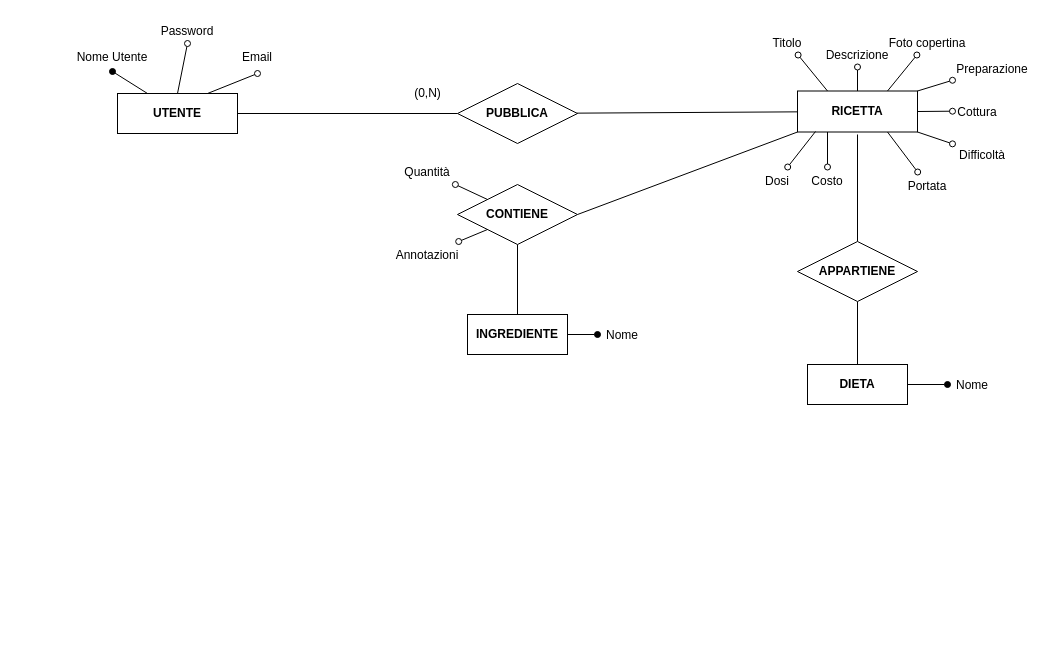
Above: progetto/Untitled Diagram.drawio in m0canu1/database (draw.io), before the change. Source tidied: cells renumbered, new cells numbered last; positions are measured from the earlier drawing's top-left corner, leaving out a move shared by most shapes. Both pictures are drawn from the tidied source at 100%, with x=0, y=0 at pixel (72, 17).
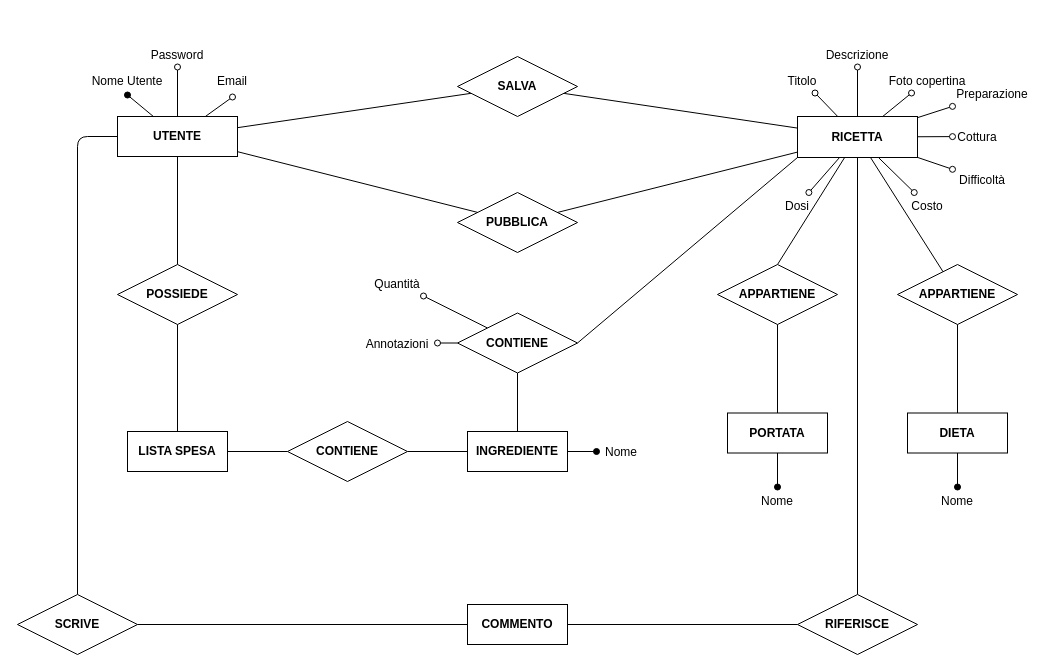
The same page after the edit.

Unchanged cells that the change refers to:
```xml
<mxCell id="26" value="Descrizione" style="text;strokeColor=none;fillColor=none;spacingLeft=4;spacingRight=4;overflow=hidden;points=[[0,0.5],[1,0.5]];portConstraint=eastwest;fontSize=12;align=center;verticalAlign=middle;horizontal=1;" parent="1" vertex="1">
  <mxGeometry x="750" y="23.5" width="70" height="26" as="geometry" />
</mxCell>
```

Change to the diagram source:
```diff
@@
+    <mxCell id="48" style="edgeStyle=none;jettySize=auto;html=1;startArrow=none;startFill=0;endArrow=none;endFill=0;endSize=6;fontSize=12;align=center;" parent="1" edge="1" source="2" target="64">
+      <mxGeometry relative="1" as="geometry" />
+    </mxCell>
+    <mxCell id="49" style="edgeStyle=none;jettySize=auto;html=1;startArrow=none;startFill=0;endArrow=none;endFill=0;endSize=6;strokeWidth=1;fontSize=12;align=center;exitX=0;exitY=0.5;exitDx=0;exitDy=0;" parent="1" edge="1" source="2" target="66">
+      <mxGeometry relative="1" as="geometry">
+        <Array as="points">
+          <mxPoint x="5" y="119" />
+        </Array>
+      </mxGeometry>
+    </mxCell>
     <mxCell id="2" value="UTENTE" style="whiteSpace=wrap;html=1;align=center;rounded=0;shadow=0;glass=0;comic=0;verticalAlign=middle;horizontal=1;fontStyle=1;" parent="1" vertex="1">
-      <mxGeometry x="45" y="76" width="120" height="40" as="geometry" />
+      <mxGeometry x="45" y="99" width="120" height="40" as="geometry" />
     </mxCell>
-    <mxCell id="3" style="edgeStyle=none;jettySize=auto;html=1;exitX=1;exitY=0.5;exitDx=0;exitDy=0;startArrow=none;startFill=0;endArrow=oval;endFill=1;endSize=6;fontSize=12;align=center;" parent="1" edge="1" source="4" target="47">
+    <mxCell id="3" style="edgeStyle=none;jettySize=auto;html=1;startArrow=none;startFill=0;endArrow=oval;endFill=1;endSize=6;fontSize=12;align=center;" parent="1" edge="1" source="4" target="47">
       <mxGeometry relative="1" as="geometry" />
     </mxCell>
     <mxCell id="4" value="DIETA" style="whiteSpace=wrap;html=1;align=center;rounded=0;shadow=0;glass=0;comic=0;fontStyle=1;" parent="1" vertex="1">
-      <mxGeometry x="735" y="347" width="100" height="40" as="geometry" />
+      <mxGeometry x="835" y="395.5" width="100" height="40" as="geometry" />
     </mxCell>
@@
     <mxCell id="6" value="RICETTA" style="whiteSpace=wrap;html=1;align=center;verticalAlign=middle;horizontal=1;fontStyle=1;" parent="1" vertex="1">
-      <mxGeometry x="725" y="73.5" width="120" height="41" as="geometry" />
+      <mxGeometry x="725" y="99" width="120" height="41" as="geometry" />
     </mxCell>
@@
+    <mxCell id="50" style="edgeStyle=none;jettySize=auto;html=1;startArrow=none;startFill=0;endArrow=none;endFill=0;endSize=6;fontSize=12;align=center;" parent="1" edge="1" source="9" target="58">
+      <mxGeometry relative="1" as="geometry" />
+    </mxCell>
     <mxCell id="9" value="INGREDIENTE" style="whiteSpace=wrap;html=1;align=center;fontStyle=1;" parent="1" vertex="1">
-      <mxGeometry x="395" y="297" width="100" height="40" as="geometry" />
+      <mxGeometry x="395" y="414" width="100" height="40" as="geometry" />
     </mxCell>
-    <mxCell id="10" style="fontSize=12;html=1;endArrow=oval;endFill=0;exitX=0.75;exitY=0;exitDx=0;exitDy=0;entryX=0.5;entryY=1.154;entryDx=0;entryDy=0;entryPerimeter=0;align=center;verticalAlign=middle;horizontal=1;" parent="1" edge="1" source="2" target="15">
+    <mxCell id="10" style="fontSize=12;html=1;endArrow=oval;endFill=0;entryX=0.5;entryY=1.154;entryDx=0;entryDy=0;entryPerimeter=0;align=center;verticalAlign=middle;horizontal=1;" parent="1" edge="1" source="2" target="15">
       <mxGeometry relative="1" as="geometry" />
     </mxCell>
-    <mxCell id="11" style="fontSize=12;html=1;endArrow=oval;endFill=0;exitX=0.5;exitY=0;exitDx=0;exitDy=0;entryX=0.5;entryY=1;entryDx=0;entryDy=0;entryPerimeter=0;align=center;verticalAlign=middle;horizontal=1;" parent="1" edge="1" source="2" target="14">
+    <mxCell id="11" style="fontSize=12;html=1;endArrow=oval;endFill=0;entryX=0.5;entryY=1;entryDx=0;entryDy=0;entryPerimeter=0;align=center;verticalAlign=middle;horizontal=1;" parent="1" edge="1" source="2" target="14">
       <mxGeometry relative="1" as="geometry" />
     </mxCell>
-    <mxCell id="12" style="fontSize=12;html=1;endArrow=oval;endFill=1;exitX=0.25;exitY=0;exitDx=0;exitDy=0;startArrow=none;startFill=0;entryX=0.5;entryY=1.077;entryDx=0;entryDy=0;entryPerimeter=0;align=center;verticalAlign=middle;horizontal=1;" parent="1" edge="1" source="2" target="13">
+    <mxCell id="12" style="fontSize=12;html=1;endArrow=oval;endFill=1;startArrow=none;startFill=0;entryX=0.5;entryY=1.077;entryDx=0;entryDy=0;entryPerimeter=0;align=center;verticalAlign=middle;horizontal=1;" parent="1" edge="1" source="2" target="13">
       <mxGeometry relative="1" as="geometry" />
     </mxCell>
     <mxCell id="13" value="Nome Utente" style="text;strokeColor=none;fillColor=none;spacingLeft=4;spacingRight=4;overflow=hidden;points=[[0,0.5],[1,0.5]];portConstraint=eastwest;fontSize=12;align=center;verticalAlign=middle;horizontal=1;" parent="1" vertex="1">
-      <mxGeometry y="26" width="80" height="26" as="geometry" />
+      <mxGeometry x="15" y="49.5" width="80" height="26" as="geometry" />
     </mxCell>
     <mxCell id="14" value="Password" style="text;strokeColor=none;fillColor=none;spacingLeft=4;spacingRight=4;overflow=hidden;points=[[0,0.5],[1,0.5]];portConstraint=eastwest;fontSize=12;align=center;verticalAlign=middle;horizontal=1;" parent="1" vertex="1">
-      <mxGeometry x="80" width="70" height="26" as="geometry" />
+      <mxGeometry x="70" y="23.5" width="70" height="26" as="geometry" />
     </mxCell>
     <mxCell id="15" value="Email" style="text;strokeColor=none;fillColor=none;spacingLeft=4;spacingRight=4;overflow=hidden;points=[[0,0.5],[1,0.5]];portConstraint=eastwest;fontSize=12;align=center;verticalAlign=middle;horizontal=1;" parent="1" vertex="1">
-      <mxGeometry x="165" y="26" width="40" height="26" as="geometry" />
+      <mxGeometry x="140" y="49.5" width="40" height="26" as="geometry" />
     </mxCell>
@@
-    <mxCell id="17" style="edgeStyle=none;jettySize=auto;html=1;exitX=0;exitY=0;exitDx=0;exitDy=0;startArrow=none;startFill=0;endArrow=oval;endFill=0;endSize=6;fontSize=12;align=center;" parent="1" edge="1" source="19" target="41">
+    <mxCell id="17" style="edgeStyle=none;jettySize=auto;html=1;startArrow=none;startFill=0;endArrow=oval;endFill=0;endSize=6;fontSize=12;align=center;" parent="1" edge="1" source="19" target="41">
       <mxGeometry relative="1" as="geometry" />
     </mxCell>
-    <mxCell id="18" style="edgeStyle=none;jettySize=auto;html=1;exitX=0;exitY=1;exitDx=0;exitDy=0;startArrow=none;startFill=0;endArrow=oval;endFill=0;endSize=6;fontSize=12;align=center;" parent="1" edge="1" source="19" target="42">
+    <mxCell id="18" style="edgeStyle=none;jettySize=auto;html=1;startArrow=none;startFill=0;endArrow=oval;endFill=0;endSize=6;fontSize=12;align=center;" parent="1" edge="1" source="19" target="42">
       <mxGeometry relative="1" as="geometry" />
     </mxCell>
     <mxCell id="19" value="CONTIENE" style="shape=rhombus;perimeter=rhombusPerimeter;whiteSpace=wrap;html=1;align=center;rounded=0;shadow=0;glass=0;comic=0;fontSize=12;fontStyle=1;" parent="1" vertex="1">
-      <mxGeometry x="385" y="167" width="120" height="60" as="geometry" />
+      <mxGeometry x="385" y="295.5" width="120" height="60" as="geometry" />
     </mxCell>
@@
     <mxCell id="21" value="PUBBLICA" style="shape=rhombus;perimeter=rhombusPerimeter;whiteSpace=wrap;html=1;align=center;rounded=0;shadow=0;glass=0;comic=0;fontSize=12;verticalAlign=middle;horizontal=1;fontStyle=1;" parent="1" vertex="1">
-      <mxGeometry x="385" y="66" width="120" height="60" as="geometry" />
+      <mxGeometry x="385" y="175" width="120" height="60" as="geometry" />
     </mxCell>
-    <mxCell id="22" style="fontSize=12;html=1;endArrow=oval;endFill=0;exitX=0.5;exitY=0;exitDx=0;exitDy=0;align=center;verticalAlign=middle;horizontal=1;" parent="1" edge="1" source="6" target="26">
+    <mxCell id="22" style="fontSize=12;html=1;endArrow=oval;endFill=0;align=center;verticalAlign=middle;horizontal=1;" parent="1" edge="1" source="6" target="26">
       <mxGeometry relative="1" as="geometry" />
     </mxCell>
-    <mxCell id="23" style="fontSize=12;html=1;endArrow=oval;endFill=0;exitX=0.25;exitY=0;exitDx=0;exitDy=0;align=center;verticalAlign=middle;horizontal=1;" parent="1" edge="1" source="6" target="25">
+    <mxCell id="23" style="fontSize=12;html=1;endArrow=oval;endFill=0;align=center;verticalAlign=middle;horizontal=1;" parent="1" edge="1" source="6" target="25">
       <mxGeometry relative="1" as="geometry" />
     </mxCell>
-    <mxCell id="24" style="fontSize=12;html=1;endArrow=oval;endFill=0;exitX=0.75;exitY=0;exitDx=0;exitDy=0;align=center;verticalAlign=middle;horizontal=1;" parent="1" edge="1" source="6" target="27">
+    <mxCell id="24" style="fontSize=12;html=1;endArrow=oval;endFill=0;align=center;verticalAlign=middle;horizontal=1;" parent="1" edge="1" source="6" target="27">
       <mxGeometry relative="1" as="geometry" />
     </mxCell>
     <mxCell id="25" value="Titolo" style="text;strokeColor=none;fillColor=none;spacingLeft=4;spacingRight=4;overflow=hidden;points=[[0,0.5],[1,0.5]];portConstraint=eastwest;fontSize=12;align=center;verticalAlign=middle;horizontal=1;" parent="1" vertex="1">
-      <mxGeometry x="695" y="11.5" width="40" height="26" as="geometry" />
+      <mxGeometry x="710" y="49.5" width="40" height="26" as="geometry" />
     </mxCell>
@@
     <mxCell id="27" value="Foto copertina" style="text;strokeColor=none;fillColor=none;spacingLeft=4;spacingRight=4;overflow=hidden;points=[[0,0.5],[1,0.5]];portConstraint=eastwest;fontSize=12;align=center;verticalAlign=middle;horizontal=1;" parent="1" vertex="1">
-      <mxGeometry x="810" y="11.5" width="90" height="26" as="geometry" />
+      <mxGeometry x="810" y="49.5" width="90" height="26" as="geometry" />
     </mxCell>
-    <mxCell id="28" style="fontSize=12;html=1;endArrow=oval;endFill=0;align=center;verticalAlign=middle;horizontal=1;exitX=0.25;exitY=1;exitDx=0;exitDy=0;" parent="1" edge="1" source="6" target="29">
+    <mxCell id="28" style="fontSize=12;html=1;endArrow=oval;endFill=0;align=center;verticalAlign=middle;horizontal=1;" parent="1" edge="1" source="6" target="29">
       <mxGeometry relative="1" as="geometry" />
     </mxCell>
     <mxCell id="29" value="Costo" style="text;strokeColor=none;fillColor=none;spacingLeft=4;spacingRight=4;overflow=hidden;points=[[0,0.5],[1,0.5]];portConstraint=eastwest;fontSize=12;align=center;verticalAlign=middle;horizontal=1;" parent="1" vertex="1">
-      <mxGeometry x="735" y="149.5" width="40" height="26" as="geometry" />
+      <mxGeometry x="835" y="175" width="40" height="26" as="geometry" />
     </mxCell>
-    <mxCell id="30" style="fontSize=12;html=1;endArrow=oval;endFill=0;exitX=1;exitY=1;exitDx=0;exitDy=0;align=center;verticalAlign=middle;horizontal=1;" parent="1" edge="1" source="6" target="31">
+    <mxCell id="30" style="fontSize=12;html=1;endArrow=oval;endFill=0;align=center;verticalAlign=middle;horizontal=1;" parent="1" edge="1" source="6" target="31">
       <mxGeometry relative="1" as="geometry" />
     </mxCell>
     <mxCell id="31" value="Difficoltà" style="text;strokeColor=none;fillColor=none;spacingLeft=4;spacingRight=4;overflow=hidden;points=[[0,0.5],[1,0.5]];portConstraint=eastwest;fontSize=12;align=center;verticalAlign=middle;horizontal=1;" parent="1" vertex="1">
-      <mxGeometry x="880" y="123.5" width="60" height="26" as="geometry" />
+      <mxGeometry x="880" y="149" width="60" height="26" as="geometry" />
     </mxCell>
-    <mxCell id="32" style="fontSize=12;html=1;endArrow=oval;endFill=0;align=center;verticalAlign=middle;horizontal=1;exitX=0.15;exitY=0.988;exitDx=0;exitDy=0;exitPerimeter=0;" parent="1" edge="1" source="6" target="33">
+    <mxCell id="32" style="fontSize=12;html=1;endArrow=oval;endFill=0;align=center;verticalAlign=middle;horizontal=1;" parent="1" edge="1" source="6" target="33">
       <mxGeometry relative="1" as="geometry" />
     </mxCell>
     <mxCell id="33" value="Dosi" style="text;strokeColor=none;fillColor=none;spacingLeft=4;spacingRight=4;overflow=hidden;points=[[0,0.5],[1,0.5]];portConstraint=eastwest;fontSize=12;align=center;verticalAlign=middle;horizontal=1;" parent="1" vertex="1">
-      <mxGeometry x="685" y="149.5" width="40" height="26" as="geometry" />
+      <mxGeometry x="705" y="175" width="40" height="26" as="geometry" />
     </mxCell>
-    <mxCell id="34" style="fontSize=12;html=1;endArrow=oval;endFill=0;exitX=1;exitY=0;exitDx=0;exitDy=0;align=center;verticalAlign=middle;horizontal=1;" parent="1" edge="1" source="6" target="35">
+    <mxCell id="34" style="fontSize=12;html=1;endArrow=oval;endFill=0;align=center;verticalAlign=middle;horizontal=1;" parent="1" edge="1" source="6" target="35">
       <mxGeometry relative="1" as="geometry" />
     </mxCell>
     <mxCell id="35" value="Preparazione" style="text;strokeColor=none;fillColor=none;spacingLeft=4;spacingRight=4;overflow=hidden;points=[[0,0.5],[1,0.5]];portConstraint=eastwest;fontSize=12;align=center;verticalAlign=middle;horizontal=1;" parent="1" vertex="1">
-      <mxGeometry x="880" y="37.5" width="80" height="26" as="geometry" />
+      <mxGeometry x="880" y="63" width="80" height="26" as="geometry" />
     </mxCell>
-    <mxCell id="36" style="fontSize=12;html=1;endArrow=oval;endFill=0;exitX=1;exitY=0.5;exitDx=0;exitDy=0;align=center;verticalAlign=middle;horizontal=1;" parent="1" edge="1" source="6" target="37">
+    <mxCell id="36" style="fontSize=12;html=1;endArrow=oval;endFill=0;align=center;verticalAlign=middle;horizontal=1;" parent="1" edge="1" source="6" target="37">
       <mxGeometry relative="1" as="geometry" />
     </mxCell>
     <mxCell id="37" value="Cottura" style="text;strokeColor=none;fillColor=none;spacingLeft=4;spacingRight=4;overflow=hidden;points=[[0,0.5],[1,0.5]];portConstraint=eastwest;fontSize=12;align=center;verticalAlign=middle;horizontal=1;" parent="1" vertex="1">
-      <mxGeometry x="880" y="80.5" width="50" height="26" as="geometry" />
+      <mxGeometry x="880" y="106" width="50" height="26" as="geometry" />
     </mxCell>
-    <mxCell id="38" style="fontSize=12;html=1;endArrow=oval;endFill=0;exitX=0.75;exitY=1;exitDx=0;exitDy=0;align=center;" parent="1" edge="1" source="6" target="39">
-      <mxGeometry relative="1" as="geometry" />
-    </mxCell>
-    <mxCell id="39" value="Portata" style="text;strokeColor=none;fillColor=none;spacingLeft=4;spacingRight=4;overflow=hidden;points=[[0,0.5],[1,0.5]];portConstraint=eastwest;fontSize=12;align=center;" parent="1" vertex="1">
-      <mxGeometry x="830" y="154.5" width="50" height="26" as="geometry" />
-    </mxCell>
     <mxCell id="40" value="Nome" style="text;strokeColor=none;fillColor=none;spacingLeft=4;spacingRight=4;overflow=hidden;points=[[0,0.5],[1,0.5]];portConstraint=eastwest;fontSize=12;align=center;" parent="1" vertex="1">
-      <mxGeometry x="525" y="304" width="50" height="26" as="geometry" />
+      <mxGeometry x="524" y="421" width="50" height="26" as="geometry" />
     </mxCell>
     <mxCell id="41" value="Quantità" style="text;strokeColor=none;fillColor=none;spacingLeft=4;spacingRight=4;overflow=hidden;points=[[0,0.5],[1,0.5]];portConstraint=eastwest;fontSize=12;align=center;" parent="1" vertex="1">
-      <mxGeometry x="325" y="141" width="60" height="26" as="geometry" />
+      <mxGeometry x="295" y="252.5" width="60" height="26" as="geometry" />
     </mxCell>
     <mxCell id="42" value="Annotazioni" style="text;strokeColor=none;fillColor=none;spacingLeft=4;spacingRight=4;overflow=hidden;points=[[0,0.5],[1,0.5]];portConstraint=eastwest;fontSize=12;align=center;" parent="1" vertex="1">
-      <mxGeometry x="315" y="224" width="80" height="26" as="geometry" />
+      <mxGeometry x="285" y="312.5" width="80" height="26" as="geometry" />
     </mxCell>
-    <mxCell id="43" value="(0,N)" style="text;html=1;align=center;verticalAlign=middle;fontSize=12;labelPosition=center;verticalLabelPosition=middle;" parent="1" vertex="1">
-      <mxGeometry x="335" y="66" width="40" height="20" as="geometry" />
-    </mxCell>
-    <mxCell id="44" style="edgeStyle=none;jettySize=auto;html=1;startArrow=none;startFill=0;endArrow=none;endFill=0;endSize=6;fontSize=12;align=center;" parent="1" edge="1" source="46">
-      <mxGeometry relative="1" as="geometry">
-        <mxPoint x="785" y="117" as="targetPoint" />
-      </mxGeometry>
+    <mxCell id="44" style="edgeStyle=none;jettySize=auto;html=1;startArrow=none;startFill=0;endArrow=none;endFill=0;endSize=6;fontSize=12;align=center;" parent="1" edge="1" source="46" target="6">
+      <mxGeometry relative="1" as="geometry" />
     </mxCell>
-    <mxCell id="45" style="edgeStyle=none;jettySize=auto;html=1;exitX=0.5;exitY=1;exitDx=0;exitDy=0;entryX=0.5;entryY=0;entryDx=0;entryDy=0;startArrow=none;startFill=0;endArrow=none;endFill=0;endSize=6;fontSize=12;align=center;" parent="1" edge="1" source="46" target="4">
+    <mxCell id="45" style="edgeStyle=none;jettySize=auto;html=1;startArrow=none;startFill=0;endArrow=none;endFill=0;endSize=6;fontSize=12;align=center;" parent="1" edge="1" source="46" target="4">
       <mxGeometry relative="1" as="geometry" />
     </mxCell>
     <mxCell id="46" value="APPARTIENE" style="shape=rhombus;perimeter=rhombusPerimeter;whiteSpace=wrap;html=1;align=center;rounded=0;shadow=0;glass=0;comic=0;fontSize=12;fontStyle=1;" parent="1" vertex="1">
-      <mxGeometry x="725" y="224" width="120" height="60" as="geometry" />
+      <mxGeometry x="825" y="247" width="120" height="60" as="geometry" />
     </mxCell>
     <mxCell id="47" value="Nome" style="text;strokeColor=none;fillColor=none;spacingLeft=4;spacingRight=4;overflow=hidden;points=[[0,0.5],[1,0.5]];portConstraint=eastwest;fontSize=12;align=center;" parent="1" vertex="1">
-      <mxGeometry x="875" y="354" width="50" height="26" as="geometry" />
+      <mxGeometry x="865" y="469.5" width="40" height="26" as="geometry" />
     </mxCell>
+    <mxCell id="51" style="edgeStyle=none;jettySize=auto;html=1;startArrow=none;startFill=0;endArrow=none;endFill=0;endSize=6;fontSize=12;align=center;" parent="1" edge="1" source="53" target="55">
+      <mxGeometry relative="1" as="geometry" />
+    </mxCell>
+    <mxCell id="52" style="edgeStyle=none;jettySize=auto;html=1;startArrow=none;startFill=0;endArrow=oval;endFill=1;endSize=6;fontSize=12;align=center;" parent="1" edge="1" source="53" target="56">
+      <mxGeometry relative="1" as="geometry" />
+    </mxCell>
+    <mxCell id="53" value="PORTATA" style="whiteSpace=wrap;html=1;align=center;rounded=0;shadow=0;glass=0;comic=0;strokeColor=#000000;fillColor=none;fontSize=12;fontStyle=1;" parent="1" vertex="1">
+      <mxGeometry x="655" y="395.5" width="100" height="40" as="geometry" />
+    </mxCell>
+    <mxCell id="54" style="edgeStyle=none;jettySize=auto;html=1;exitX=0.5;exitY=0;exitDx=0;exitDy=0;startArrow=none;startFill=0;endArrow=none;endFill=0;endSize=6;fontSize=12;align=center;" parent="1" edge="1" source="55" target="6">
+      <mxGeometry relative="1" as="geometry" />
+    </mxCell>
+    <mxCell id="55" value="&lt;b&gt;APPARTIENE&lt;/b&gt;" style="shape=rhombus;perimeter=rhombusPerimeter;whiteSpace=wrap;html=1;align=center;" parent="1" vertex="1">
+      <mxGeometry x="645" y="247" width="120" height="60" as="geometry" />
+    </mxCell>
+    <mxCell id="56" value="Nome" style="text;strokeColor=none;fillColor=none;spacingLeft=4;spacingRight=4;overflow=hidden;points=[[0,0.5],[1,0.5]];portConstraint=eastwest;fontSize=12;align=center;" parent="1" vertex="1">
+      <mxGeometry x="680" y="469.5" width="50" height="26" as="geometry" />
+    </mxCell>
+    <mxCell id="57" style="edgeStyle=none;jettySize=auto;html=1;startArrow=none;startFill=0;endArrow=none;endFill=0;endSize=6;fontSize=12;align=center;" parent="1" edge="1" source="58" target="60">
+      <mxGeometry relative="1" as="geometry" />
+    </mxCell>
+    <mxCell id="58" value="CONTIENE" style="shape=rhombus;perimeter=rhombusPerimeter;whiteSpace=wrap;html=1;align=center;fontStyle=1;" parent="1" vertex="1">
+      <mxGeometry x="215" y="404" width="120" height="60" as="geometry" />
+    </mxCell>
+    <mxCell id="59" style="edgeStyle=none;jettySize=auto;html=1;startArrow=none;startFill=0;endArrow=none;endFill=0;endSize=6;fontSize=12;align=center;" parent="1" edge="1" source="60" target="62">
+      <mxGeometry relative="1" as="geometry" />
+    </mxCell>
+    <mxCell id="60" value="LISTA SPESA" style="whiteSpace=wrap;html=1;align=center;fontStyle=1;" parent="1" vertex="1">
+      <mxGeometry x="55" y="414" width="100" height="40" as="geometry" />
+    </mxCell>
+    <mxCell id="61" style="edgeStyle=none;jettySize=auto;html=1;startArrow=none;startFill=0;endArrow=none;endFill=0;endSize=6;fontSize=12;align=center;" parent="1" edge="1" source="62" target="2">
+      <mxGeometry relative="1" as="geometry" />
+    </mxCell>
+    <mxCell id="62" value="POSSIEDE" style="shape=rhombus;perimeter=rhombusPerimeter;whiteSpace=wrap;html=1;align=center;fontStyle=1;" parent="1" vertex="1">
+      <mxGeometry x="45" y="247" width="120" height="60" as="geometry" />
+    </mxCell>
+    <mxCell id="63" style="edgeStyle=none;jettySize=auto;html=1;startArrow=none;startFill=0;endArrow=none;endFill=0;endSize=6;fontSize=12;align=center;strokeWidth=1;" parent="1" edge="1" source="64" target="6">
+      <mxGeometry relative="1" as="geometry" />
+    </mxCell>
+    <mxCell id="64" value="&lt;b&gt;SALVA&lt;/b&gt;" style="shape=rhombus;perimeter=rhombusPerimeter;whiteSpace=wrap;html=1;align=center;" parent="1" vertex="1">
+      <mxGeometry x="385" y="39" width="120" height="60" as="geometry" />
+    </mxCell>
+    <mxCell id="65" style="edgeStyle=none;jettySize=auto;html=1;startArrow=none;startFill=0;endArrow=none;endFill=0;endSize=6;strokeWidth=1;fontSize=12;align=center;" parent="1" edge="1" source="66" target="68">
+      <mxGeometry relative="1" as="geometry" />
+    </mxCell>
+    <mxCell id="66" value="SCRIVE" style="shape=rhombus;perimeter=rhombusPerimeter;whiteSpace=wrap;html=1;align=center;fontStyle=1;" parent="1" vertex="1">
+      <mxGeometry x="-55" y="577" width="120" height="60" as="geometry" />
+    </mxCell>
+    <mxCell id="67" style="edgeStyle=none;jettySize=auto;html=1;startArrow=none;startFill=0;endArrow=none;endFill=0;endSize=6;strokeWidth=1;fontSize=12;align=center;" parent="1" edge="1" source="68" target="70">
+      <mxGeometry relative="1" as="geometry" />
+    </mxCell>
+    <mxCell id="68" value="COMMENTO" style="whiteSpace=wrap;html=1;align=center;fontStyle=1;" parent="1" vertex="1">
+      <mxGeometry x="395" y="587" width="100" height="40" as="geometry" />
+    </mxCell>
+    <mxCell id="69" style="edgeStyle=none;jettySize=auto;html=1;startArrow=none;startFill=0;endArrow=none;endFill=0;endSize=6;strokeWidth=1;fontSize=12;align=center;" parent="1" edge="1" source="70" target="6">
+      <mxGeometry relative="1" as="geometry" />
+    </mxCell>
+    <mxCell id="70" value="RIFERISCE" style="shape=rhombus;perimeter=rhombusPerimeter;whiteSpace=wrap;html=1;align=center;fontStyle=1;" parent="1" vertex="1">
+      <mxGeometry x="725" y="577" width="120" height="60" as="geometry" />
+    </mxCell>
```
